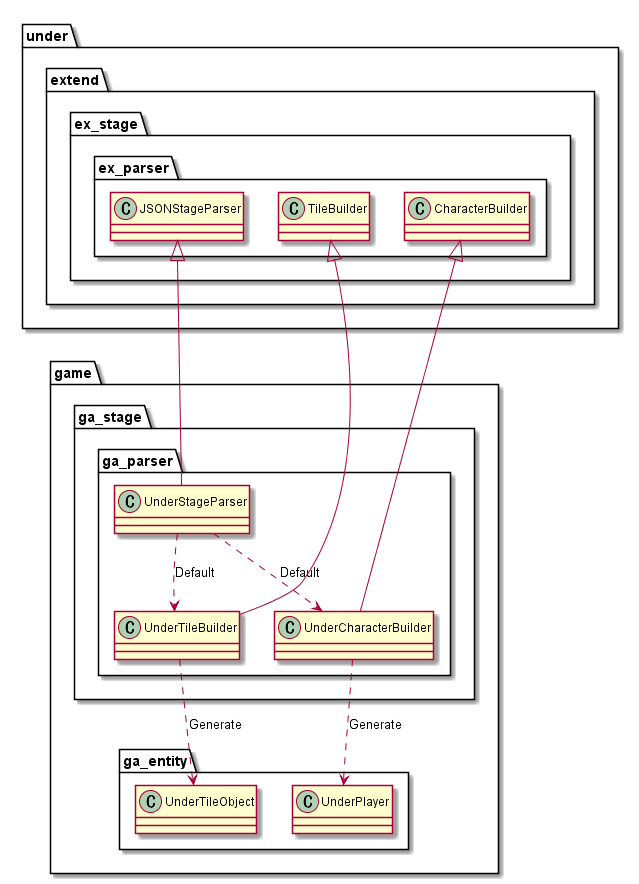
Before: out/uml/stage/Game/StageGame.png, a diagram exported from PlantUML (Expine/Under).
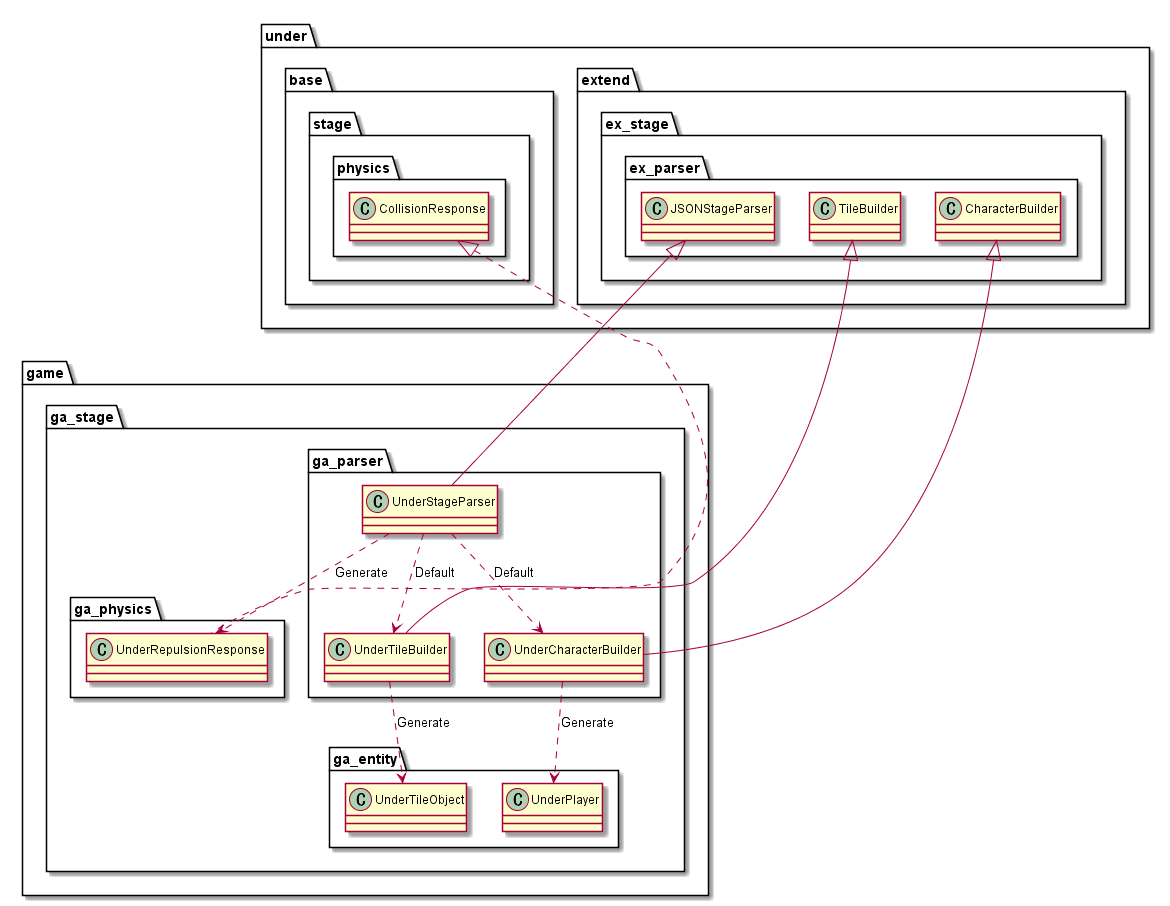
The same diagram one commit later.

What changed in the source:
```diff
@@ -7,17 +7,30 @@
             class UnderTileBuilder
             class UnderCharacterBuilder
         }
+
+        package ga_physics {
+            class UnderRepulsionResponse
+        }
     }
 }
 
 package game {
-    package ga_entity {
-        class UnderTileObject
-        class UnderPlayer
+    package ga_stage {
+        package ga_entity {
+            class UnderTileObject
+            class UnderPlayer
+        }
     }
 }
 
 package under {
+    package base {
+        package stage {
+            package physics {
+                class CollisionResponse
+            }
+        }
+    }
     package extend {
         package ex_stage {
             package ex_parser {
@@ -31,11 +44,13 @@
 
 UnderStageParser ..> UnderTileBuilder : "Default"
 UnderStageParser ..> UnderCharacterBuilder : "Default"
+UnderStageParser ..> UnderRepulsionResponse : "Generate"
 UnderTileBuilder ..> UnderTileObject : Generate
 UnderCharacterBuilder ..> UnderPlayer : Generate
 
 JSONStageParser <|-- UnderStageParser
 TileBuilder <|-- UnderTileBuilder
 CharacterBuilder <|-- UnderCharacterBuilder
+CollisionResponse <|.. UnderRepulsionResponse
 
 @enduml
```
